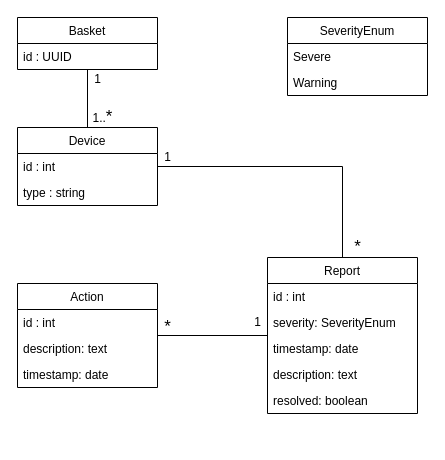
Diogogrosario/Warehouse-of-the-Future keeps this draw.io diagram as playground/docs/db_conceptual_model.drawio. Above is the earlier version. Source tidied: cells renumbered, new cells numbered last; positions are measured from the earlier drawing's top-left corner, leaving out a move shared by most shapes. Both pictures are drawn from the tidied source at 100%, with x=0, y=0 at pixel (17, 17).
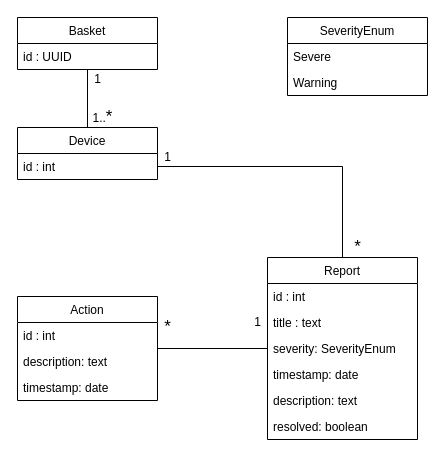
The same page after the edit.

Commit message (it also covers changes not shown here):
Added missing title on report controller and conceptual model

Diff of the diagram source:
```diff
@@
     <mxCell id="3" value="Device" style="swimlane;fontStyle=0;horizontal=1;startSize=26;fillColor=none;" parent="1" vertex="1">
-      <mxGeometry y="110" width="140" height="78" as="geometry" />
+      <mxGeometry y="110" width="140" height="52" as="geometry" />
     </mxCell>
@@
-    <mxCell id="5" value="type : string" style="text;strokeColor=none;fillColor=none;align=left;verticalAlign=top;spacingLeft=4;spacingRight=4;overflow=hidden;" parent="3" vertex="1">
-      <mxGeometry y="52" width="140" height="26" as="geometry" />
-    </mxCell>
@@
     <mxCell id="7" value="Report" style="swimlane;fontStyle=0;horizontal=1;startSize=26;fillColor=none;" parent="1" vertex="1">
-      <mxGeometry x="250" y="240" width="150" height="156" as="geometry" />
+      <mxGeometry x="250" y="240" width="150" height="182" as="geometry" />
     </mxCell>
@@
+    <mxCell id="29" value="title : text" style="text;strokeColor=none;fillColor=none;align=left;verticalAlign=top;spacingLeft=4;spacingRight=4;overflow=hidden;" parent="7" vertex="1">
+      <mxGeometry y="52" width="150" height="26" as="geometry" />
+    </mxCell>
     <mxCell id="9" value="severity: SeverityEnum" style="text;strokeColor=none;fillColor=none;align=left;verticalAlign=top;spacingLeft=4;spacingRight=4;overflow=hidden;" parent="7" vertex="1">
-      <mxGeometry y="52" width="150" height="26" as="geometry" />
+      <mxGeometry y="78" width="150" height="26" as="geometry" />
     </mxCell>
     <mxCell id="10" value="timestamp: date" style="text;strokeColor=none;fillColor=none;align=left;verticalAlign=top;spacingLeft=4;spacingRight=4;overflow=hidden;" parent="7" vertex="1">
-      <mxGeometry y="78" width="150" height="26" as="geometry" />
+      <mxGeometry y="104" width="150" height="26" as="geometry" />
     </mxCell>
     <mxCell id="11" value="description: text" style="text;strokeColor=none;fillColor=none;align=left;verticalAlign=top;spacingLeft=4;spacingRight=4;overflow=hidden;" parent="7" vertex="1">
-      <mxGeometry y="104" width="150" height="26" as="geometry" />
+      <mxGeometry y="130" width="150" height="26" as="geometry" />
     </mxCell>
     <mxCell id="12" value="resolved: boolean" style="text;strokeColor=none;fillColor=none;align=left;verticalAlign=top;spacingLeft=4;spacingRight=4;overflow=hidden;" parent="7" vertex="1">
-      <mxGeometry y="130" width="150" height="26" as="geometry" />
+      <mxGeometry y="156" width="150" height="26" as="geometry" />
     </mxCell>
@@
     <mxCell id="16" value="Action" style="swimlane;fontStyle=0;horizontal=1;startSize=26;fillColor=none;" parent="1" vertex="1">
-      <mxGeometry y="266" width="140" height="104" as="geometry" />
+      <mxGeometry y="279" width="140" height="104" as="geometry" />
     </mxCell>
```
